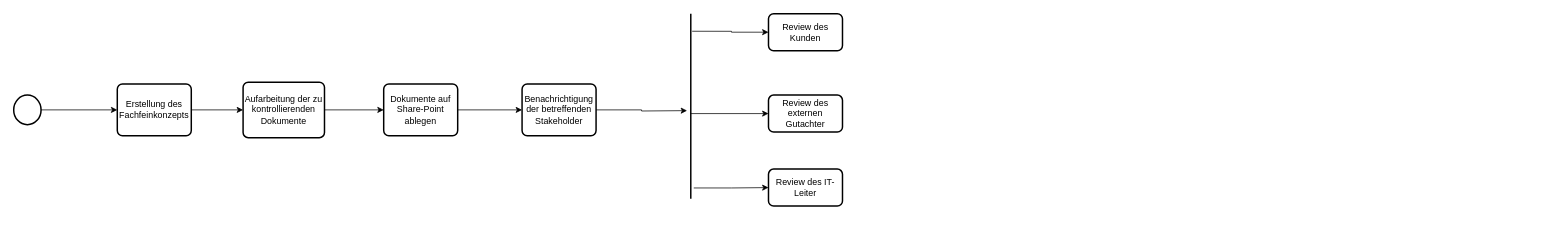
simonbiwer/se1 keeps this draw.io diagram as Uebung2.drawio. Above is the earlier version. Source tidied: cells renumbered, new cells numbered last; positions are measured from the earlier drawing's top-left corner, leaving out a move shared by most shapes. Both pictures are drawn from the tidied source at 74%, with x=0, y=0 at pixel (13, 13).
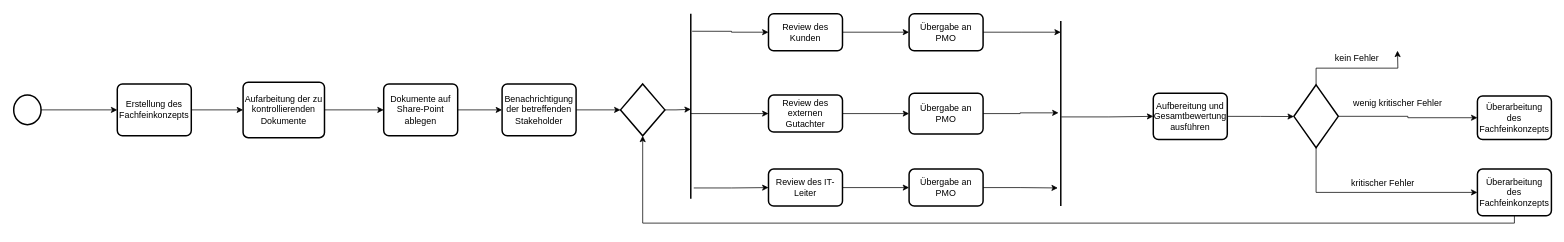
After the change.

The change refers to these unchanged cells:
```xml
<mxCell id="11" value="Review des Kunden" style="rounded=1;whiteSpace=wrap;html=1;absoluteArcSize=1;arcSize=14;strokeWidth=2;" parent="1" vertex="1">
  <mxGeometry x="1020" width="100" height="50" as="geometry" />
</mxCell>
<mxCell id="12" value="Review des externen Gutachter" style="rounded=1;whiteSpace=wrap;html=1;absoluteArcSize=1;arcSize=14;strokeWidth=2;" parent="1" vertex="1">
  <mxGeometry x="1020" y="110" width="100" height="50" as="geometry" />
</mxCell>
<mxCell id="13" value="Review des IT-Leiter" style="rounded=1;whiteSpace=wrap;html=1;absoluteArcSize=1;arcSize=14;strokeWidth=2;" parent="1" vertex="1">
  <mxGeometry x="1020" y="210" width="100" height="50" as="geometry" />
</mxCell>
<mxCell id="14" style="line;strokeWidth=2;direction=south;html=1;" parent="1" vertex="1">
  <mxGeometry x="910" width="10" height="250" as="geometry" />
</mxCell>
```

The edit, as a diff of the source:
```diff
@@
     <mxCell id="9" value="Benachrichtigung der betreffenden Stakeholder" style="rounded=1;whiteSpace=wrap;html=1;absoluteArcSize=1;arcSize=14;strokeWidth=2;" parent="1" vertex="1">
-      <mxGeometry x="687" y="95" width="100" height="70" as="geometry" />
+      <mxGeometry x="660" y="95" width="100" height="70" as="geometry" />
     </mxCell>
@@
-    <mxCell id="15" style="endArrow=classic;html=1;rounded=0;edgeStyle=orthogonalEdgeStyle;exitX=1;exitY=0.5;exitDx=0;exitDy=0;" parent="1" edge="1" source="9">
-      <mxGeometry relative="1" as="geometry">
-        <mxPoint x="910" y="131" as="targetPoint" />
-      </mxGeometry>
-    </mxCell>
@@
+    <mxCell id="19" value="Übergabe an PMO" style="rounded=1;whiteSpace=wrap;html=1;absoluteArcSize=1;arcSize=14;strokeWidth=2;" parent="1" vertex="1">
+      <mxGeometry x="1210" width="100" height="50" as="geometry" />
+    </mxCell>
+    <mxCell id="20" value="Übergabe an PMO" style="rounded=1;whiteSpace=wrap;html=1;absoluteArcSize=1;arcSize=14;strokeWidth=2;" parent="1" vertex="1">
+      <mxGeometry x="1210" y="107.5" width="100" height="55" as="geometry" />
+    </mxCell>
+    <mxCell id="21" value="Übergabe an PMO" style="rounded=1;whiteSpace=wrap;html=1;absoluteArcSize=1;arcSize=14;strokeWidth=2;" parent="1" vertex="1">
+      <mxGeometry x="1210" y="210" width="100" height="50" as="geometry" />
+    </mxCell>
+    <mxCell id="22" style="endArrow=classic;html=1;rounded=0;edgeStyle=orthogonalEdgeStyle;exitX=1;exitY=0.5;exitDx=0;exitDy=0;entryX=0;entryY=0.5;entryDx=0;entryDy=0;" parent="1" edge="1" source="11" target="19">
+      <mxGeometry relative="1" as="geometry" />
+    </mxCell>
+    <mxCell id="23" style="endArrow=classic;html=1;rounded=0;edgeStyle=orthogonalEdgeStyle;exitX=1;exitY=0.5;exitDx=0;exitDy=0;entryX=0;entryY=0.5;entryDx=0;entryDy=0;" parent="1" edge="1" source="12" target="20">
+      <mxGeometry relative="1" as="geometry" />
+    </mxCell>
+    <mxCell id="24" style="endArrow=classic;html=1;rounded=0;edgeStyle=orthogonalEdgeStyle;exitX=1;exitY=0.5;exitDx=0;exitDy=0;entryX=0;entryY=0.5;entryDx=0;entryDy=0;" parent="1" edge="1" source="13" target="21">
+      <mxGeometry relative="1" as="geometry" />
+    </mxCell>
+    <mxCell id="25" style="line;strokeWidth=2;direction=south;html=1;" parent="1" vertex="1">
+      <mxGeometry x="1410" y="10" width="10" height="250" as="geometry" />
+    </mxCell>
+    <mxCell id="26" style="endArrow=classic;html=1;rounded=0;edgeStyle=orthogonalEdgeStyle;exitX=1;exitY=0.5;exitDx=0;exitDy=0;" parent="1" edge="1" source="19">
+      <mxGeometry relative="1" as="geometry">
+        <mxPoint x="1415" y="25" as="targetPoint" />
+      </mxGeometry>
+    </mxCell>
+    <mxCell id="27" style="endArrow=classic;html=1;rounded=0;edgeStyle=orthogonalEdgeStyle;exitX=1;exitY=0.5;exitDx=0;exitDy=0;entryX=0.496;entryY=0.806;entryDx=0;entryDy=0;entryPerimeter=0;" parent="1" edge="1" source="20" target="25">
+      <mxGeometry relative="1" as="geometry" />
+    </mxCell>
+    <mxCell id="28" style="endArrow=classic;html=1;rounded=0;edgeStyle=orthogonalEdgeStyle;exitX=1;exitY=0.5;exitDx=0;exitDy=0;entryX=0.902;entryY=0.9;entryDx=0;entryDy=0;entryPerimeter=0;" parent="1" edge="1" source="21" target="25">
+      <mxGeometry relative="1" as="geometry" />
+    </mxCell>
+    <mxCell id="29" value="Aufbereitung und Gesamtbewertung ausführen" style="rounded=1;whiteSpace=wrap;html=1;absoluteArcSize=1;arcSize=14;strokeWidth=2;" parent="1" vertex="1">
+      <mxGeometry x="1540" y="107.5" width="100" height="62.5" as="geometry" />
+    </mxCell>
+    <mxCell id="30" style="endArrow=classic;html=1;rounded=0;edgeStyle=orthogonalEdgeStyle;entryX=0;entryY=0.5;entryDx=0;entryDy=0;exitX=0.518;exitY=0.429;exitDx=0;exitDy=0;exitPerimeter=0;" parent="1" edge="1" source="25" target="29">
+      <mxGeometry relative="1" as="geometry" />
+    </mxCell>
+    <mxCell id="31" style="strokeWidth=2;html=1;shape=mxgraph.flowchart.decision;whiteSpace=wrap;" parent="1" vertex="1">
+      <mxGeometry x="1730" y="96.2" width="60" height="85" as="geometry" />
+    </mxCell>
+    <mxCell id="32" style="endArrow=classic;html=1;rounded=0;edgeStyle=orthogonalEdgeStyle;exitX=1;exitY=0.5;exitDx=0;exitDy=0;" parent="1" edge="1" source="29">
+      <mxGeometry relative="1" as="geometry">
+        <mxPoint x="1730" y="139" as="targetPoint" />
+      </mxGeometry>
+    </mxCell>
+    <mxCell id="33" style="endArrow=classic;html=1;rounded=0;edgeStyle=orthogonalEdgeStyle;exitX=0.5;exitY=0;exitDx=0;exitDy=0;exitPerimeter=0;" parent="1" edge="1" source="31">
+      <mxGeometry relative="1" as="geometry">
+        <mxPoint x="1870" y="50" as="targetPoint" />
+      </mxGeometry>
+    </mxCell>
+    <mxCell id="34" value="kein Fehler" style="text;html=1;align=center;verticalAlign=middle;strokeColor=none;fillColor=none;" parent="1" vertex="1">
+      <mxGeometry x="1780" y="50" width="70" height="20" as="geometry" />
+    </mxCell>
+    <mxCell id="35" style="endArrow=classic;html=1;rounded=0;edgeStyle=orthogonalEdgeStyle;exitX=1;exitY=0.5;exitDx=0;exitDy=0;exitPerimeter=0;entryX=0;entryY=0.5;entryDx=0;entryDy=0;" parent="1" edge="1" source="31" target="44">
+      <mxGeometry relative="1" as="geometry" />
+    </mxCell>
+    <mxCell id="36" value="wenig kritischer Fehler" style="text;html=1;align=center;verticalAlign=middle;strokeColor=none;fillColor=none;" parent="1" vertex="1">
+      <mxGeometry x="1800" y="111.2" width="140" height="20" as="geometry" />
+    </mxCell>
+    <mxCell id="37" style="endArrow=classic;html=1;rounded=0;edgeStyle=orthogonalEdgeStyle;exitX=0.5;exitY=1;exitDx=0;exitDy=0;exitPerimeter=0;entryX=0;entryY=0.5;entryDx=0;entryDy=0;" parent="1" edge="1" source="31" target="39">
+      <mxGeometry relative="1" as="geometry">
+        <Array as="points">
+          <mxPoint x="1760" y="242" />
+        </Array>
+      </mxGeometry>
+    </mxCell>
+    <mxCell id="38" value="kritischer Fehler" style="text;html=1;align=center;verticalAlign=middle;strokeColor=none;fillColor=none;" parent="1" vertex="1">
+      <mxGeometry x="1800" y="220" width="100" height="20" as="geometry" />
+    </mxCell>
+    <mxCell id="39" value="Überarbeitung des Fachfeinkonzepts" style="rounded=1;whiteSpace=wrap;html=1;absoluteArcSize=1;arcSize=14;strokeWidth=2;" parent="1" vertex="1">
+      <mxGeometry x="1978" y="210" width="100" height="63" as="geometry" />
+    </mxCell>
+    <mxCell id="40" style="strokeWidth=2;html=1;shape=mxgraph.flowchart.decision;whiteSpace=wrap;" parent="1" vertex="1">
+      <mxGeometry x="820" y="95" width="60" height="70" as="geometry" />
+    </mxCell>
+    <mxCell id="41" style="endArrow=classic;html=1;rounded=0;edgeStyle=orthogonalEdgeStyle;entryX=0;entryY=0.5;entryDx=0;entryDy=0;entryPerimeter=0;exitX=1;exitY=0.5;exitDx=0;exitDy=0;" parent="1" edge="1" source="9" target="40">
+      <mxGeometry relative="1" as="geometry" />
+    </mxCell>
+    <mxCell id="42" style="endArrow=classic;html=1;rounded=0;edgeStyle=orthogonalEdgeStyle;exitX=1;exitY=0.5;exitDx=0;exitDy=0;exitPerimeter=0;entryX=0.517;entryY=0.5;entryDx=0;entryDy=0;entryPerimeter=0;" parent="1" edge="1" source="40" target="14">
+      <mxGeometry relative="1" as="geometry" />
+    </mxCell>
+    <mxCell id="43" style="endArrow=classic;html=1;rounded=0;edgeStyle=orthogonalEdgeStyle;entryX=0.5;entryY=1;entryDx=0;entryDy=0;entryPerimeter=0;exitX=0.5;exitY=1;exitDx=0;exitDy=0;" parent="1" edge="1" source="39" target="40">
+      <mxGeometry relative="1" as="geometry" />
+    </mxCell>
+    <mxCell id="44" value="Überarbeitung des Fachfeinkonzepts" style="rounded=1;whiteSpace=wrap;html=1;absoluteArcSize=1;arcSize=14;strokeWidth=2;" parent="1" vertex="1">
+      <mxGeometry x="1978" y="111.2" width="100" height="58.8" as="geometry" />
+    </mxCell>
```
